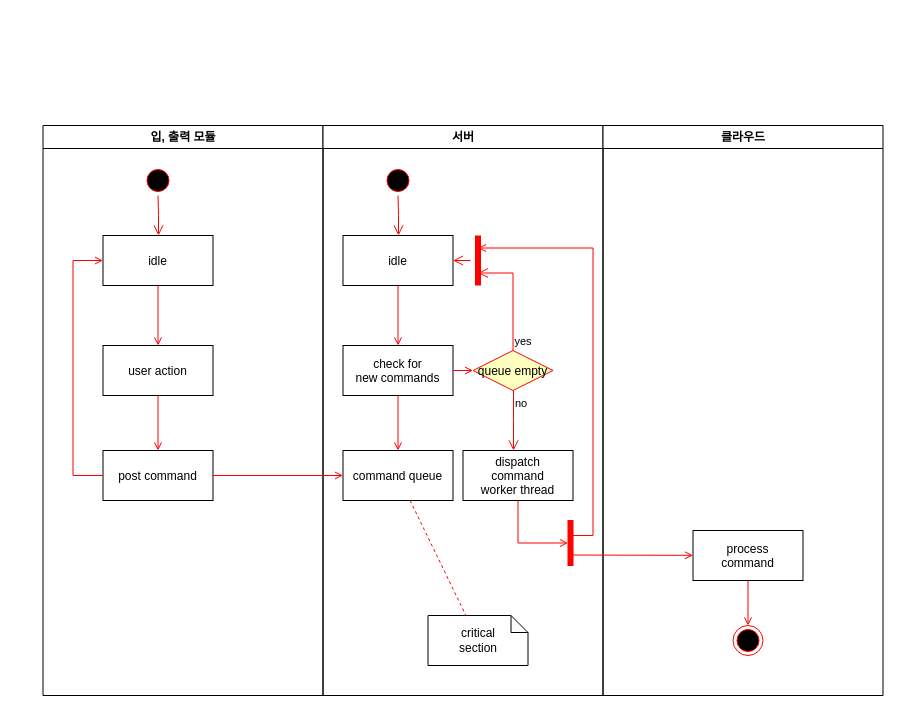
woorim1022/TIL keeps this draw.io diagram as IoT/Untitled Diagram.drawio. Above is the earlier version. Source tidied: cells renumbered, new cells numbered last; positions are measured from the earlier drawing's top-left corner, leaving out a move shared by most shapes. Both pictures are drawn from the tidied source at 100%, with x=0, y=0 at pixel (42, 125).
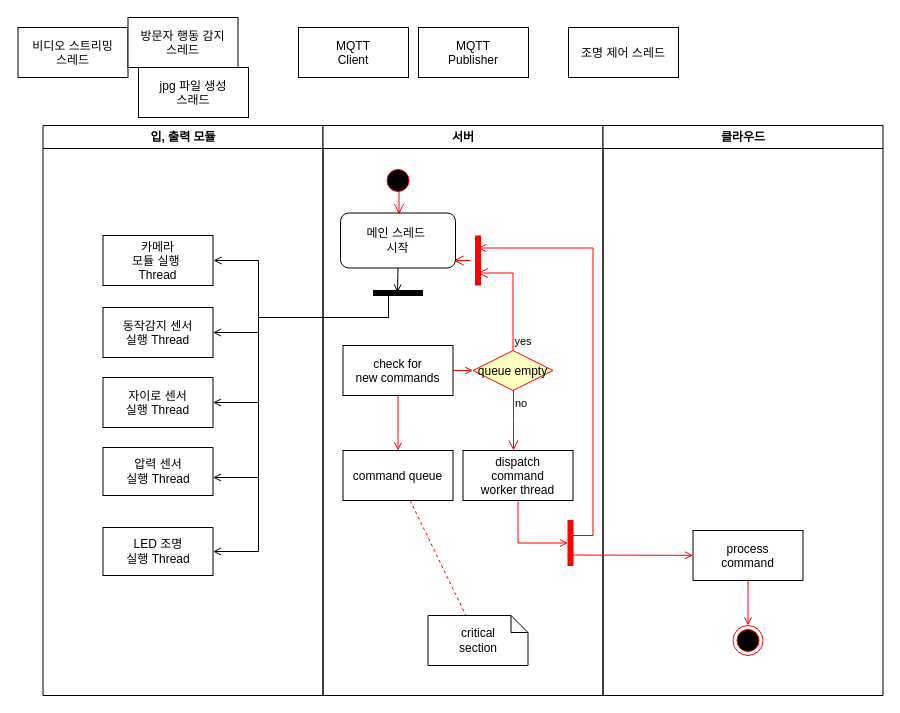
Above is the later version.

Unchanged cells that the change refers to:
```xml
<mxCell id="2" value="입, 출력 모듈" style="swimlane;whiteSpace=wrap;" parent="1" vertex="1">
  <mxGeometry x="0.5" width="280" height="570" as="geometry" />
</mxCell>
<mxCell id="11" value="서버" style="swimlane;whiteSpace=wrap;startSize=23;" parent="1" vertex="1">
  <mxGeometry x="280.5" width="280" height="570" as="geometry" />
</mxCell>
<mxCell id="15" value="check for &#10;new commands" parent="11" vertex="1">
  <mxGeometry x="20" y="220" width="110" height="50" as="geometry" />
</mxCell>
<mxCell id="17" value="command queue" parent="11" vertex="1">
  <mxGeometry x="20" y="325" width="110" height="50" as="geometry" />
</mxCell>
<mxCell id="23" style="shape=line;strokeWidth=6;strokeColor=#ff0000;rotation=90;" parent="11" vertex="1">
  <mxGeometry x="130" y="127.5" width="50" height="15" as="geometry" />
</mxCell>
```

The edit, as a diff of the source:
```diff
@@
-    <mxCell id="3" style="ellipse;shape=startState;fillColor=#000000;strokeColor=#ff0000;" parent="2" vertex="1">
-      <mxGeometry x="100" y="40" width="30" height="30" as="geometry" />
-    </mxCell>
-    <mxCell id="4" style="edgeStyle=elbowEdgeStyle;elbow=horizontal;verticalAlign=bottom;endArrow=open;endSize=8;strokeColor=#FF0000;endFill=1;rounded=0;" parent="2" edge="1" source="3" target="5">
-      <mxGeometry x="100" y="40" as="geometry" />
-    </mxCell>
-    <mxCell id="5" value="idle" parent="2" vertex="1">
+    <mxCell id="5" value="카메라&#10;모듈 실행 &#10;Thread" parent="2" vertex="1">
       <mxGeometry x="60" y="110" width="110" height="50" as="geometry" />
     </mxCell>
-    <mxCell id="6" value="user action" parent="2" vertex="1">
-      <mxGeometry x="60" y="220" width="110" height="50" as="geometry" />
+    <mxCell id="6" value="동작감지 센서&#10;실행 Thread" parent="2" vertex="1">
+      <mxGeometry x="60" y="182" width="110" height="50" as="geometry" />
     </mxCell>
-    <mxCell id="7" style="endArrow=open;strokeColor=#FF0000;endFill=1;rounded=0;" parent="2" edge="1" source="5" target="6">
-      <mxGeometry relative="1" as="geometry" />
-    </mxCell>
-    <mxCell id="8" value="post command" parent="2" vertex="1">
-      <mxGeometry x="60" y="325" width="110" height="50" as="geometry" />
+    <mxCell id="8" value="자이로 센서&#10;실행 Thread" parent="2" vertex="1">
+      <mxGeometry x="60" y="252" width="110" height="50" as="geometry" />
     </mxCell>
-    <mxCell id="9" style="endArrow=open;strokeColor=#FF0000;endFill=1;rounded=0;" parent="2" edge="1" source="6" target="8">
-      <mxGeometry relative="1" as="geometry" />
-    </mxCell>
-    <mxCell id="10" style="edgeStyle=elbowEdgeStyle;elbow=horizontal;strokeColor=#FF0000;endArrow=open;endFill=1;rounded=0;" parent="2" edge="1" source="8" target="5">
-      <mxGeometry relative="1" as="geometry">
-        <Array as="points">
-          <mxPoint x="30" y="250" />
-        </Array>
-      </mxGeometry>
-    </mxCell>
+    <mxCell id="37" value="압력 센서&lt;br&gt;실행&amp;nbsp;&lt;span&gt;Thread&lt;/span&gt;" style="rounded=0;whiteSpace=wrap;html=1;" parent="2" vertex="1">
+      <mxGeometry x="60" y="322" width="110" height="48" as="geometry" />
+    </mxCell>
+    <mxCell id="38" value="LED 조명&lt;br&gt;실행&amp;nbsp;&lt;span&gt;Thread&lt;/span&gt;" style="rounded=0;whiteSpace=wrap;html=1;" parent="2" vertex="1">
+      <mxGeometry x="60" y="402" width="110" height="48" as="geometry" />
+    </mxCell>
@@
-    <mxCell id="12" style="ellipse;shape=startState;fillColor=#000000;strokeColor=#ff0000;" parent="11" vertex="1">
-      <mxGeometry x="60" y="40" width="30" height="30" as="geometry" />
-    </mxCell>
-    <mxCell id="13" style="edgeStyle=elbowEdgeStyle;elbow=horizontal;verticalAlign=bottom;endArrow=open;endSize=8;strokeColor=#FF0000;endFill=1;rounded=0;" parent="11" edge="1" source="12" target="14">
-      <mxGeometry x="40" y="20" as="geometry" />
+    <mxCell id="13" style="edgeStyle=elbowEdgeStyle;elbow=horizontal;verticalAlign=bottom;endArrow=open;endSize=8;strokeColor=#FF0000;endFill=1;rounded=0;exitX=0.577;exitY=0.84;exitDx=0;exitDy=0;exitPerimeter=0;entryX=0.506;entryY=0.023;entryDx=0;entryDy=0;entryPerimeter=0;" parent="11" edge="1" source="12" target="39">
+      <mxGeometry x="40" y="20" as="geometry">
+        <Array as="points">
+          <mxPoint x="76" y="72" />
+        </Array>
+      </mxGeometry>
     </mxCell>
-    <mxCell id="14" value="idle" parent="11" vertex="1">
-      <mxGeometry x="20" y="110" width="110" height="50" as="geometry" />
-    </mxCell>
@@
-    <mxCell id="16" style="endArrow=open;strokeColor=#FF0000;endFill=1;rounded=0;" parent="11" edge="1" source="14" target="15">
-      <mxGeometry relative="1" as="geometry" />
+    <mxCell id="16" style="endArrow=open;strokeColor=#000000;endFill=1;rounded=0;exitX=0.5;exitY=1;exitDx=0;exitDy=0;" parent="11" edge="1" source="39">
+      <mxGeometry relative="1" as="geometry">
+        <mxPoint x="74.5" y="167" as="targetPoint" />
+        <Array as="points">
+          <mxPoint x="74.5" y="142" />
+        </Array>
+      </mxGeometry>
     </mxCell>
@@
-    <mxCell id="24" style="edgeStyle=elbowEdgeStyle;elbow=horizontal;verticalAlign=bottom;endArrow=open;endSize=8;strokeColor=#FF0000;endFill=1;rounded=0;" parent="11" edge="1" source="23" target="14">
-      <mxGeometry x="130" y="90" as="geometry" />
+    <mxCell id="24" style="edgeStyle=elbowEdgeStyle;elbow=horizontal;verticalAlign=bottom;endArrow=open;endSize=8;strokeColor=#FF0000;endFill=1;rounded=0;" parent="11" edge="1" source="23">
+      <mxGeometry x="130" y="90" as="geometry">
+        <mxPoint x="130" y="135" as="targetPoint" />
+      </mxGeometry>
     </mxCell>
@@
+    <mxCell id="39" value="메인 스레드&amp;nbsp;&lt;br&gt;시작" style="rounded=1;whiteSpace=wrap;html=1;" parent="11" vertex="1">
+      <mxGeometry x="17.5" y="87.5" width="115" height="55" as="geometry" />
+    </mxCell>
+    <mxCell id="40" style="shape=line;strokeWidth=6;strokeColor=#000000;rotation=0;fillColor=#FFFFFF;" parent="11" vertex="1">
+      <mxGeometry x="50" y="160" width="50" height="15" as="geometry" />
+    </mxCell>
+    <mxCell id="12" style="ellipse;shape=startState;fillColor=#000000;strokeColor=#ff0000;" parent="11" vertex="1">
+      <mxGeometry x="60" y="40" width="30" height="30" as="geometry" />
+    </mxCell>
+    <mxCell id="41" style="endArrow=none;html=1;" parent="11" edge="1">
+      <mxGeometry relative="1" as="geometry">
+        <mxPoint x="65.5" y="192" as="sourcePoint" />
+        <mxPoint x="65.5" y="169" as="targetPoint" />
+      </mxGeometry>
+    </mxCell>
@@
-    <mxCell id="36" style="endArrow=open;strokeColor=#FF0000;endFill=1;rounded=0;" parent="1" edge="1" source="8" target="17">
-      <mxGeometry relative="1" as="geometry" />
-    </mxCell>
+    <mxCell id="10" style="edgeStyle=elbowEdgeStyle;elbow=horizontal;strokeColor=#000000;endArrow=open;endFill=1;rounded=0;" parent="1" edge="1">
+      <mxGeometry relative="1" as="geometry">
+        <mxPoint x="346" y="192" as="sourcePoint" />
+        <mxPoint x="171" y="135" as="targetPoint" />
+        <Array as="points">
+          <mxPoint x="216" y="166" />
+          <mxPoint x="216" y="182" />
+          <mxPoint x="216" y="152" />
+          <mxPoint x="306" y="182" />
+          <mxPoint x="216" y="162" />
+          <mxPoint x="30.5" y="250" />
+        </Array>
+      </mxGeometry>
+    </mxCell>
+    <mxCell id="42" style="edgeStyle=elbowEdgeStyle;elbow=horizontal;strokeColor=#000000;endArrow=open;endFill=1;rounded=0;entryX=1;entryY=0.5;entryDx=0;entryDy=0;" parent="1" edge="1" target="6">
+      <mxGeometry relative="1" as="geometry">
+        <mxPoint x="306" y="192" as="sourcePoint" />
+        <Array as="points">
+          <mxPoint x="216" y="222" />
+          <mxPoint x="26" y="357" />
+        </Array>
+      </mxGeometry>
+    </mxCell>
+    <mxCell id="43" style="edgeStyle=elbowEdgeStyle;elbow=horizontal;strokeColor=#000000;endArrow=open;endFill=1;rounded=0;" parent="1" edge="1" target="37">
+      <mxGeometry relative="1" as="geometry">
+        <mxPoint x="216" y="272" as="sourcePoint" />
+        <Array as="points">
+          <mxPoint x="216" y="352" />
+          <mxPoint x="-64" y="447" />
+        </Array>
+      </mxGeometry>
+    </mxCell>
+    <mxCell id="44" style="edgeStyle=elbowEdgeStyle;elbow=horizontal;strokeColor=#000000;endArrow=open;endFill=1;rounded=0;entryX=1;entryY=0.5;entryDx=0;entryDy=0;" parent="1" edge="1" target="8">
+      <mxGeometry relative="1" as="geometry">
+        <mxPoint x="336" y="192" as="sourcePoint" />
+        <Array as="points">
+          <mxPoint x="216" y="252" />
+          <mxPoint x="216" y="252" />
+          <mxPoint x="216" y="322" />
+          <mxPoint x="-74" y="477" />
+        </Array>
+      </mxGeometry>
+    </mxCell>
+    <mxCell id="45" style="edgeStyle=elbowEdgeStyle;elbow=horizontal;strokeColor=#000000;endArrow=open;endFill=1;rounded=0;entryX=1;entryY=0.5;entryDx=0;entryDy=0;" parent="1" edge="1" target="38">
+      <mxGeometry relative="1" as="geometry">
+        <mxPoint x="306" y="192" as="sourcePoint" />
+        <Array as="points">
+          <mxPoint x="216" y="302" />
+          <mxPoint x="276" y="182" />
+          <mxPoint x="216" y="352" />
+          <mxPoint x="-74" y="487" />
+        </Array>
+      </mxGeometry>
+    </mxCell>
+    <mxCell id="46" value="MQTT&#10;Client" parent="1" vertex="1">
+      <mxGeometry x="256" y="-98" width="110" height="50" as="geometry" />
+    </mxCell>
+    <mxCell id="47" value="MQTT&#10;Publisher" parent="1" vertex="1">
+      <mxGeometry x="376" y="-98" width="110" height="50" as="geometry" />
+    </mxCell>
+    <mxCell id="48" value="비디오 스트리밍&#10;스레드" parent="1" vertex="1">
+      <mxGeometry x="-24.5" y="-98" width="110" height="50" as="geometry" />
+    </mxCell>
+    <mxCell id="49" value="jpg 파일 생성 &#10;스래드" parent="1" vertex="1">
+      <mxGeometry x="96" y="-58" width="110" height="50" as="geometry" />
+    </mxCell>
+    <mxCell id="50" value="방문자 행동 감지&#10;스레드" parent="1" vertex="1">
+      <mxGeometry x="85.5" y="-108" width="110" height="50" as="geometry" />
+    </mxCell>
+    <mxCell id="51" value="조명 제어 스레드" parent="1" vertex="1">
+      <mxGeometry x="526" y="-98" width="110" height="50" as="geometry" />
+    </mxCell>
```
